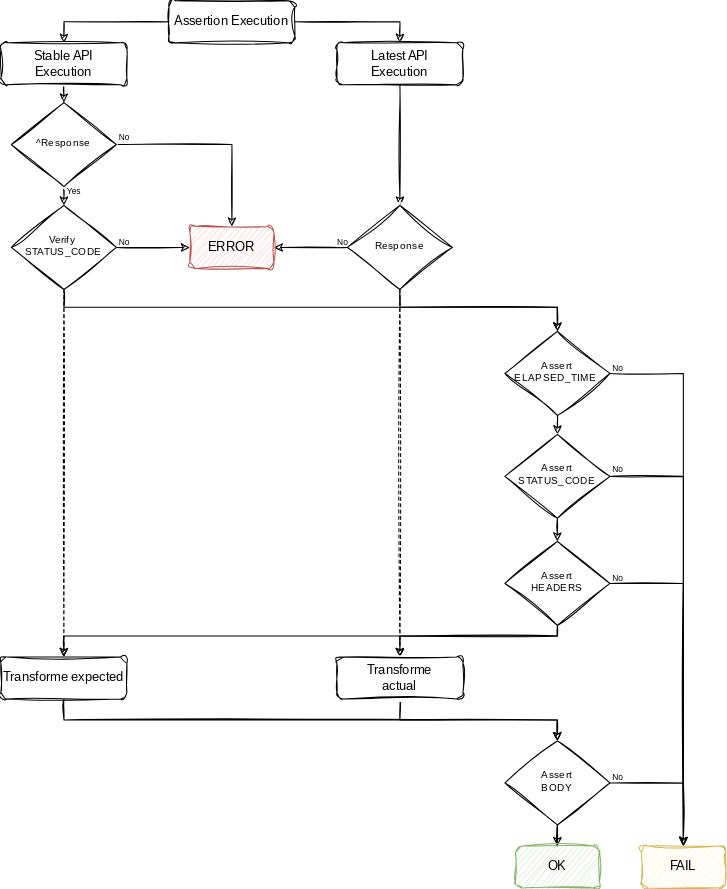
Above: doc/diagram/assertion.diagram.svg in oneteme/assertapi-core (draw.io), before the change. Source tidied: cells renumbered, new cells last; positions are measured from the earlier drawing's top-left corner, leaving out a move shared by most shapes.
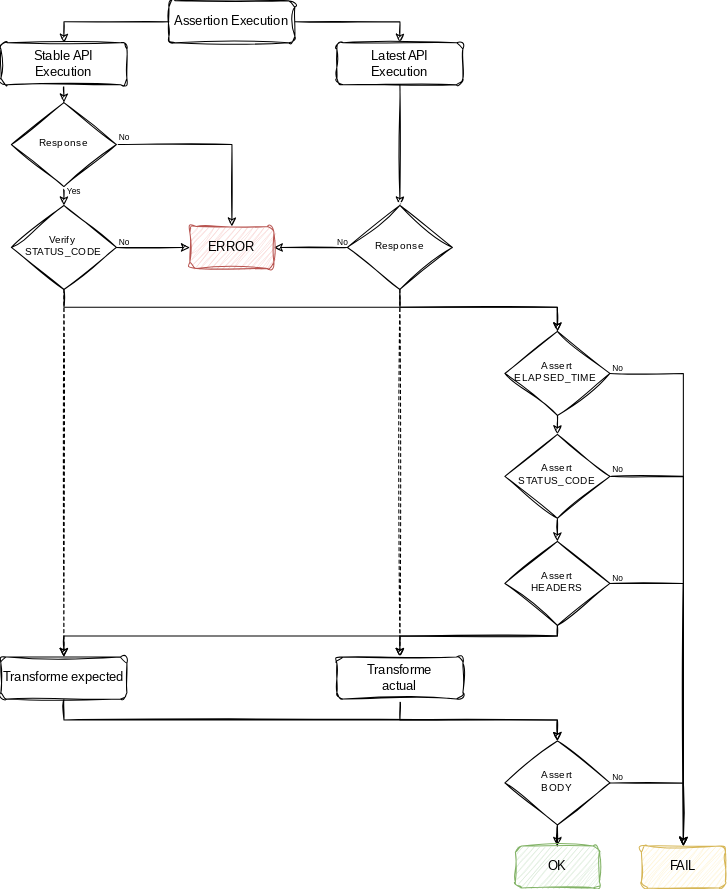
After the commit.

Change to the diagram source:
```diff
@@ -29,7 +29,7 @@
     <mxCell id="10" style="rounded=0;sketch=1;jettySize=auto;html=1;strokeColor=default;fontFamily=Architects Daughter;fontSource=https%3A%2F%2Ffonts.googleapis.com%2Fcss%3Ffamily%3DArchitects%2BDaughter;fontSize=14;fontColor=#000000;startArrow=none;startFill=0;endArrow=classic;endFill=1;" parent="1" edge="1" source="11" target="21">
       <mxGeometry relative="1" as="geometry" />
     </mxCell>
-    <mxCell id="11" value="^Response" style="rhombus;whiteSpace=wrap;html=1;shadow=0;fontFamily=Architects Daughter;fontSize=10;align=center;strokeWidth=1;spacing=6;spacingTop=-4;sketch=1;curveFitting=1;jiggle=2;fontSource=https%3A%2F%2Ffonts.googleapis.com%2Fcss%3Ffamily%3DArchitects%2BDaughter;" parent="1" vertex="1">
+    <mxCell id="11" value="Response" style="rhombus;whiteSpace=wrap;html=1;shadow=0;fontFamily=Architects Daughter;fontSize=10;align=center;strokeWidth=1;spacing=6;spacingTop=-4;sketch=1;curveFitting=1;jiggle=2;fontSource=https%3A%2F%2Ffonts.googleapis.com%2Fcss%3Ffamily%3DArchitects%2BDaughter;" parent="1" vertex="1">
       <mxGeometry x="10" y="97" width="100" height="80" as="geometry" />
     </mxCell>
     <mxCell id="12" style="edgeStyle=orthogonalEdgeStyle;rounded=0;sketch=1;jettySize=auto;html=1;entryX=1;entryY=0.5;entryDx=0;entryDy=0;strokeColor=default;fontFamily=Helvetica;fontSize=14;fontColor=#000000;startArrow=none;startFill=0;endArrow=classic;endFill=1;" parent="1" edge="1" source="15" target="16">
```
